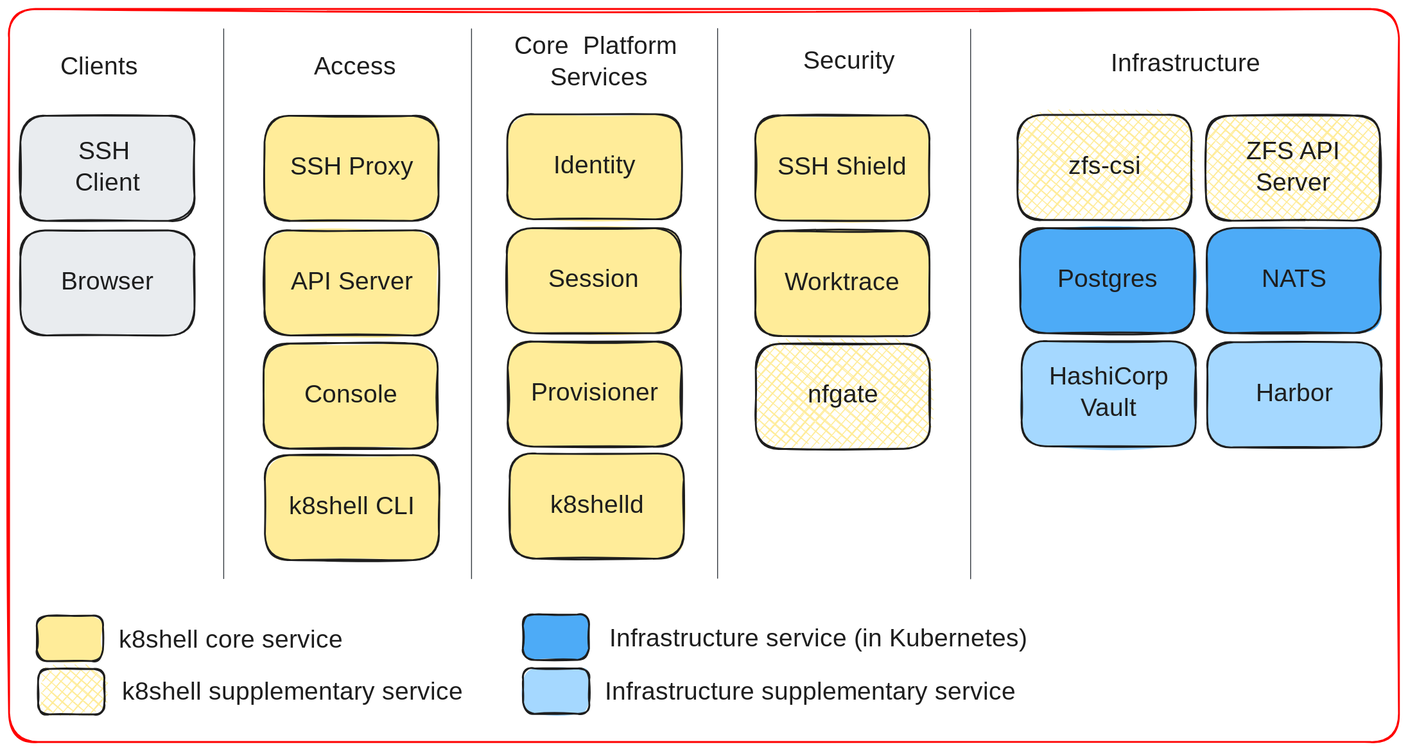
This is drawings/k8shell-architecture.excalidraw.svg from k8shell-io/docs, a Excalidraw export, as it was before one commit. Source tidied: one line per element, renumbered; positions are measured from the earlier drawing's top-left corner, leaving out a move shared by most shapes.
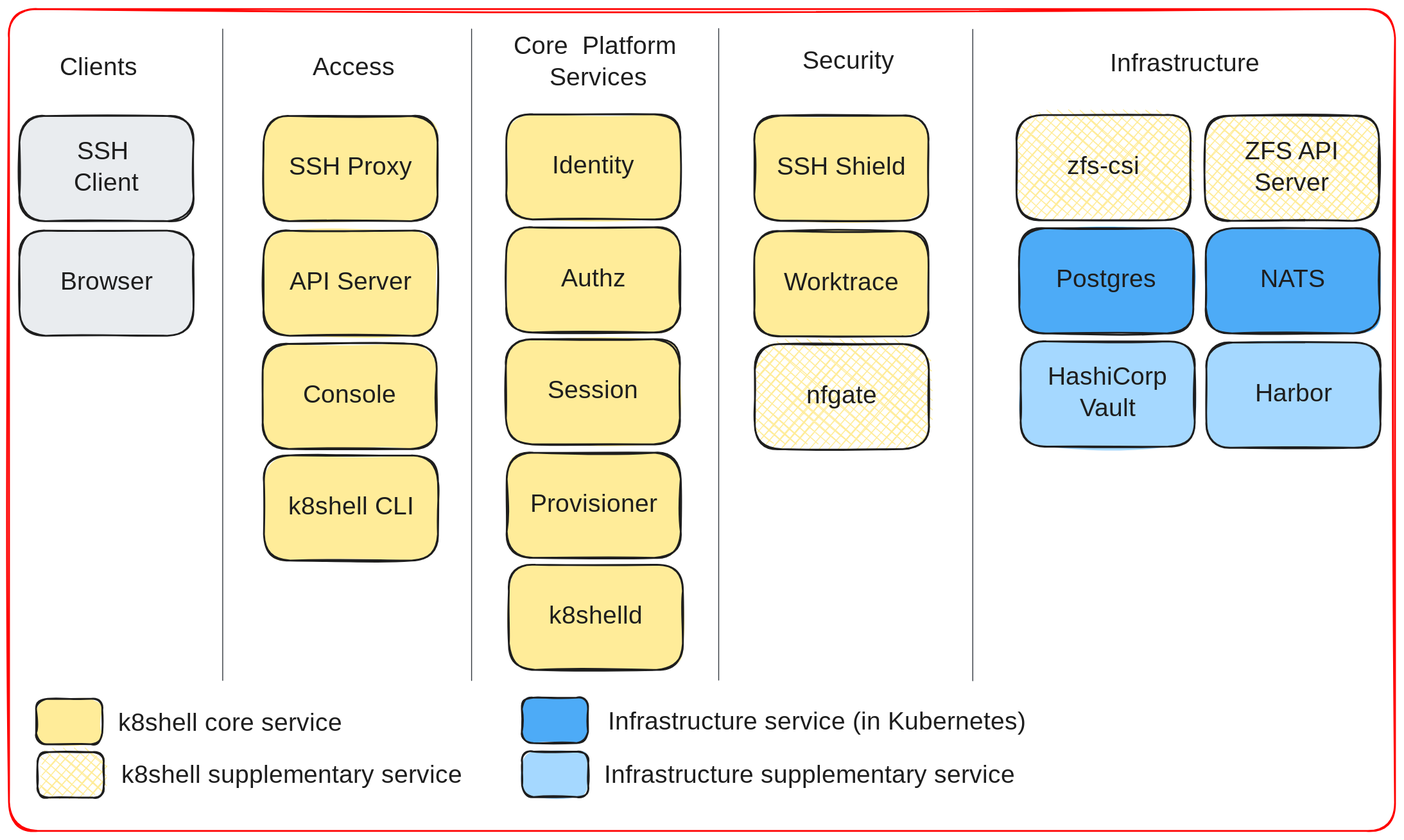
The same diagram one commit later.

Diff of the diagram source:
```diff
@@ -4,10 +4,10 @@
 {"id": 3, "type": "text", "text": "Identity", "strokeColor": "#1e1e1e", "strokeWidth": 2, "roughness": 1, "fontSize": 28, "fontFamily": 5, "textAlign": "center", "verticalAlign": "middle", "inside": 2, "x": 594, "y": 158, "width": 115, "height": 35}
 {"id": 4, "type": "rectangle", "strokeColor": "#1e1e1e", "backgroundColor": "#ffec99", "fillStyle": "solid", "strokeWidth": 2, "roughness": 1, "round": true, "x": 284, "y": 246, "width": 194, "height": 117}
 {"id": 5, "type": "text", "text": "API Server", "strokeColor": "#1e1e1e", "strokeWidth": 2, "roughness": 1, "fontSize": 28, "fontFamily": 5, "textAlign": "center", "verticalAlign": "middle", "inside": 4, "x": 306, "y": 287, "width": 150, "height": 35}
-{"id": 6, "type": "rectangle", "strokeColor": "#1e1e1e", "backgroundColor": "#ffec99", "fillStyle": "solid", "strokeWidth": 2, "roughness": 1, "round": true, "x": 555, "y": 370, "width": 194, "height": 117}
+{"id": 6, "type": "rectangle", "strokeColor": "#1e1e1e", "backgroundColor": "#ffec99", "fillStyle": "solid", "strokeWidth": 2, "roughness": 1, "round": true, "x": 555, "y": 493, "width": 194, "height": 117}
-{"id": 7, "type": "text", "text": "Provisioner", "strokeColor": "#1e1e1e", "strokeWidth": 2, "roughness": 1, "fontSize": 28, "fontFamily": 5, "textAlign": "center", "verticalAlign": "middle", "inside": 6, "x": 577, "y": 411, "width": 150, "height": 35}
+{"id": 7, "type": "text", "text": "Provisioner", "strokeColor": "#1e1e1e", "strokeWidth": 2, "roughness": 1, "fontSize": 28, "fontFamily": 5, "textAlign": "center", "verticalAlign": "middle", "inside": 6, "x": 577, "y": 534, "width": 150, "height": 35}
-{"id": 8, "type": "rectangle", "strokeColor": "#1e1e1e", "backgroundColor": "#ffec99", "fillStyle": "solid", "strokeWidth": 2, "roughness": 1, "round": true, "x": 554, "y": 244, "width": 194, "height": 117}
+{"id": 8, "type": "rectangle", "strokeColor": "#1e1e1e", "backgroundColor": "#ffec99", "fillStyle": "solid", "strokeWidth": 2, "roughness": 1, "round": true, "x": 554, "y": 367, "width": 194, "height": 117}
-{"id": 9, "type": "text", "text": "Session", "strokeColor": "#1e1e1e", "strokeWidth": 2, "roughness": 1, "fontSize": 28, "fontFamily": 5, "textAlign": "center", "verticalAlign": "middle", "inside": 8, "x": 600, "y": 285, "width": 101, "height": 35}
+{"id": 9, "type": "text", "text": "Session", "strokeColor": "#1e1e1e", "strokeWidth": 2, "roughness": 1, "fontSize": 28, "fontFamily": 5, "textAlign": "center", "verticalAlign": "middle", "inside": 8, "x": 600, "y": 408, "width": 101, "height": 35}
 {"id": 10, "type": "rectangle", "strokeColor": "#1e1e1e", "backgroundColor": "#ffec99", "fillStyle": "cross-hatch", "strokeWidth": 2, "roughness": 1, "round": true, "x": 1122, "y": 118, "width": 194, "height": 117}
 {"id": 11, "type": "text", "text": "zfs-csi", "strokeColor": "#1e1e1e", "strokeWidth": 2, "roughness": 1, "fontSize": 28, "fontFamily": 5, "textAlign": "center", "verticalAlign": "middle", "inside": 10, "x": 1172, "y": 159, "width": 93, "height": 35}
 {"id": 12, "type": "rectangle", "strokeColor": "#1e1e1e", "backgroundColor": "#ffec99", "fillStyle": "cross-hatch", "strokeWidth": 2, "roughness": 1, "round": true, "x": 1332, "y": 119, "width": 194, "height": 117}
@@ -30,27 +30,29 @@
 {"id": 29, "type": "text", "text": "Access", "strokeColor": "#1e1e1e", "backgroundColor": "#ffec99", "fillStyle": "solid", "strokeWidth": 2, "roughness": 1, "fontSize": 28, "fontFamily": 5, "textAlign": "center", "x": 338, "y": 49, "width": 93, "height": 35}
 {"id": 30, "type": "text", "text": "Core  Platform \nServices", "strokeColor": "#1e1e1e", "backgroundColor": "#ffec99", "fillStyle": "solid", "strokeWidth": 2, "roughness": 1, "fontSize": 28, "fontFamily": 5, "textAlign": "center", "x": 550, "y": 25, "width": 212, "height": 70}
 {"id": 31, "type": "text", "text": "Infrastructure", "strokeColor": "#1e1e1e", "backgroundColor": "#ffec99", "fillStyle": "solid", "strokeWidth": 2, "roughness": 1, "fontSize": 28, "fontFamily": 5, "textAlign": "center", "x": 1209, "y": 44, "width": 199, "height": 35}
-{"id": 32, "type": "line", "strokeColor": "#343a40", "backgroundColor": "#ffec99", "fillStyle": "solid", "strokeWidth": 1, "roughness": 0, "round": true, "x": 514, "y": 22, "width": 0, "height": 612, "points": [[0, 0], [0, 612]]}
+{"id": 32, "type": "line", "strokeColor": "#343a40", "backgroundColor": "#ffec99", "fillStyle": "solid", "strokeWidth": 1, "roughness": 0, "round": true, "x": 516, "y": 22, "width": 0, "height": 725, "points": [[0, 0], [0, 725]]}
 {"id": 33, "type": "rectangle", "strokeColor": "#1e1e1e", "backgroundColor": "#ffec99", "fillStyle": "solid", "strokeWidth": 2, "roughness": 1, "round": true, "x": 830, "y": 247, "width": 194, "height": 117}
 {"id": 34, "type": "text", "text": "Worktrace", "strokeColor": "#1e1e1e", "strokeWidth": 2, "roughness": 1, "fontSize": 28, "fontFamily": 5, "textAlign": "center", "verticalAlign": "middle", "inside": 33, "x": 859, "y": 288, "width": 136, "height": 35}
 {"id": 35, "type": "text", "text": "Security", "strokeColor": "#1e1e1e", "backgroundColor": "#ffec99", "fillStyle": "solid", "strokeWidth": 2, "roughness": 1, "fontSize": 28, "fontFamily": 5, "textAlign": "center", "x": 879, "y": 42, "width": 111, "height": 35}
-{"id": 36, "type": "line", "strokeColor": "#343a40", "backgroundColor": "#ffec99", "fillStyle": "solid", "strokeWidth": 1, "roughness": 0, "round": true, "x": 239, "y": 22, "width": 0, "height": 612, "points": [[0, 0], [0, 612]]}
+{"id": 36, "type": "line", "strokeColor": "#343a40", "backgroundColor": "#ffec99", "fillStyle": "solid", "strokeWidth": 1, "roughness": 0, "round": true, "x": 239, "y": 22, "width": 0, "height": 725, "points": [[0, 0], [0, 725]]}
-{"id": 37, "type": "line", "strokeColor": "#343a40", "backgroundColor": "#ffec99", "fillStyle": "solid", "strokeWidth": 1, "roughness": 0, "round": true, "x": 788, "y": 22, "width": 0, "height": 612, "points": [[0, 0], [0, 612]]}
+{"id": 37, "type": "line", "strokeColor": "#343a40", "backgroundColor": "#ffec99", "fillStyle": "solid", "strokeWidth": 1, "roughness": 0, "round": true, "x": 791, "y": 22, "width": 0, "height": 725, "points": [[0, 0], [0, 725]]}
-{"id": 38, "type": "line", "strokeColor": "#343a40", "backgroundColor": "#ffec99", "fillStyle": "solid", "strokeWidth": 1, "roughness": 0, "round": true, "x": 1070, "y": 22, "width": 0, "height": 612, "points": [[0, 0], [0, 612]]}
+{"id": 38, "type": "line", "strokeColor": "#343a40", "backgroundColor": "#ffec99", "fillStyle": "solid", "strokeWidth": 1, "roughness": 0, "round": true, "x": 1073, "y": 23, "width": 0, "height": 725, "points": [[0, 0], [0, 725]]}
-{"id": 39, "type": "rectangle", "strokeColor": "#ff0000", "strokeWidth": 2, "roughness": 1, "round": true, "x": 0, "y": 0, "width": 1546, "height": 816}
+{"id": 39, "type": "rectangle", "strokeColor": "#ff0000", "strokeWidth": 2, "roughness": 1, "round": true, "x": 1, "y": 0, "width": 1542, "height": 914}
-{"id": 40, "type": "rectangle", "strokeColor": "#1e1e1e", "backgroundColor": "#ffec99", "fillStyle": "solid", "strokeWidth": 2, "roughness": 1, "round": true, "x": 557, "y": 495, "width": 194, "height": 117}
+{"id": 40, "type": "rectangle", "strokeColor": "#1e1e1e", "backgroundColor": "#ffec99", "fillStyle": "solid", "strokeWidth": 2, "roughness": 1, "round": true, "x": 557, "y": 618, "width": 194, "height": 117}
-{"id": 41, "type": "text", "text": "k8shelld", "strokeColor": "#1e1e1e", "strokeWidth": 2, "roughness": 1, "fontSize": 28, "fontFamily": 5, "textAlign": "center", "verticalAlign": "middle", "inside": 40, "x": 600, "y": 536, "width": 108, "height": 35}
+{"id": 41, "type": "text", "text": "k8shelld", "strokeColor": "#1e1e1e", "strokeWidth": 2, "roughness": 1, "fontSize": 28, "fontFamily": 5, "textAlign": "center", "verticalAlign": "middle", "inside": 40, "x": 600, "y": 659, "width": 108, "height": 35}
 {"id": 42, "type": "rectangle", "strokeColor": "#1e1e1e", "backgroundColor": "#a5d8ff", "fillStyle": "solid", "strokeWidth": 2, "roughness": 1, "round": true, "x": 1333, "y": 371, "width": 194, "height": 117}
 {"id": 43, "type": "text", "text": "Harbor", "strokeColor": "#1e1e1e", "strokeWidth": 2, "roughness": 1, "fontSize": 28, "fontFamily": 5, "textAlign": "center", "verticalAlign": "middle", "inside": 42, "x": 1386, "y": 412, "width": 88, "height": 35}
 {"id": 44, "type": "rectangle", "strokeColor": "#1e1e1e", "backgroundColor": "#a5d8ff", "fillStyle": "solid", "strokeWidth": 2, "roughness": 1, "round": true, "x": 1127, "y": 370, "width": 194, "height": 117}
 {"id": 45, "type": "text", "text": "HashiCorp\nVault", "strokeColor": "#1e1e1e", "strokeWidth": 2, "roughness": 1, "fontSize": 28, "fontFamily": 5, "textAlign": "center", "verticalAlign": "middle", "inside": 44, "x": 1158, "y": 393, "width": 131, "height": 70}
-{"id": 46, "type": "rectangle", "strokeColor": "#1e1e1e", "backgroundColor": "#ffec99", "fillStyle": "solid", "strokeWidth": 2, "roughness": 1, "round": true, "x": 31, "y": 675, "width": 74, "height": 51}
+{"id": 46, "type": "rectangle", "strokeColor": "#1e1e1e", "backgroundColor": "#ffec99", "fillStyle": "solid", "strokeWidth": 2, "roughness": 1, "round": true, "x": 31, "y": 767, "width": 74, "height": 51}
-{"id": 47, "type": "text", "text": "k8shell core service", "strokeColor": "#1e1e1e", "backgroundColor": "#ffec99", "fillStyle": "solid", "strokeWidth": 2, "roughness": 1, "fontSize": 28, "fontFamily": 5, "x": 122, "y": 686, "width": 263, "height": 35}
+{"id": 47, "type": "text", "text": "k8shell core service", "strokeColor": "#1e1e1e", "backgroundColor": "#ffec99", "fillStyle": "solid", "strokeWidth": 2, "roughness": 1, "fontSize": 28, "fontFamily": 5, "x": 122, "y": 778, "width": 263, "height": 35}
-{"id": 48, "type": "rectangle", "strokeColor": "#1e1e1e", "backgroundColor": "#ffec99", "fillStyle": "cross-hatch", "strokeWidth": 2, "roughness": 1, "round": true, "x": 32, "y": 734, "width": 74, "height": 51}
+{"id": 48, "type": "rectangle", "strokeColor": "#1e1e1e", "backgroundColor": "#ffec99", "fillStyle": "cross-hatch", "strokeWidth": 2, "roughness": 1, "round": true, "x": 33, "y": 826, "width": 74, "height": 51}
-{"id": 49, "type": "text", "text": "k8shell supplementary service", "strokeColor": "#1e1e1e", "backgroundColor": "#ffec99", "fillStyle": "solid", "strokeWidth": 2, "roughness": 1, "fontSize": 28, "fontFamily": 5, "x": 125, "y": 744, "width": 395, "height": 35}
+{"id": 49, "type": "text", "text": "k8shell supplementary service", "strokeColor": "#1e1e1e", "backgroundColor": "#ffec99", "fillStyle": "solid", "strokeWidth": 2, "roughness": 1, "fontSize": 28, "fontFamily": 5, "x": 126, "y": 836, "width": 395, "height": 35}
-{"id": 50, "type": "rectangle", "strokeColor": "#1e1e1e", "backgroundColor": "#4dabf7", "fillStyle": "solid", "strokeWidth": 2, "roughness": 1, "round": true, "x": 572, "y": 674, "width": 74, "height": 51}
+{"id": 50, "type": "rectangle", "strokeColor": "#1e1e1e", "backgroundColor": "#4dabf7", "fillStyle": "solid", "strokeWidth": 2, "roughness": 1, "round": true, "x": 572, "y": 766, "width": 74, "height": 51}
-{"id": 51, "type": "text", "text": "Infrastructure service (in Kubernetes)", "strokeColor": "#1e1e1e", "backgroundColor": "#ffec99", "fillStyle": "solid", "strokeWidth": 2, "roughness": 1, "fontSize": 28, "fontFamily": 5, "x": 668, "y": 685, "width": 519, "height": 35}
+{"id": 51, "type": "text", "text": "Infrastructure service (in Kubernetes)", "strokeColor": "#1e1e1e", "backgroundColor": "#ffec99", "fillStyle": "solid", "strokeWidth": 2, "roughness": 1, "fontSize": 28, "fontFamily": 5, "x": 668, "y": 777, "width": 519, "height": 35}
-{"id": 52, "type": "rectangle", "strokeColor": "#1e1e1e", "backgroundColor": "#a5d8ff", "fillStyle": "solid", "strokeWidth": 2, "roughness": 1, "round": true, "x": 572, "y": 734, "width": 74, "height": 51}
+{"id": 52, "type": "rectangle", "strokeColor": "#1e1e1e", "backgroundColor": "#a5d8ff", "fillStyle": "solid", "strokeWidth": 2, "roughness": 1, "round": true, "x": 572, "y": 826, "width": 74, "height": 51}
-{"id": 53, "type": "text", "text": "Infrastructure supplementary service ", "strokeColor": "#1e1e1e", "backgroundColor": "#ffec99", "fillStyle": "solid", "strokeWidth": 2, "roughness": 1, "fontSize": 28, "fontFamily": 5, "x": 663, "y": 744, "width": 513, "height": 35}
+{"id": 53, "type": "text", "text": "Infrastructure supplementary service ", "strokeColor": "#1e1e1e", "backgroundColor": "#ffec99", "fillStyle": "solid", "strokeWidth": 2, "roughness": 1, "fontSize": 28, "fontFamily": 5, "x": 663, "y": 836, "width": 513, "height": 35}
 {"id": 54, "type": "rectangle", "strokeColor": "#1e1e1e", "backgroundColor": "#ffec99", "fillStyle": "cross-hatch", "strokeWidth": 2, "roughness": 1, "round": true, "x": 831, "y": 373, "width": 194, "height": 117}
 {"id": 55, "type": "text", "text": "nfgate", "strokeColor": "#1e1e1e", "strokeWidth": 2, "roughness": 1, "fontSize": 28, "fontFamily": 5, "textAlign": "center", "verticalAlign": "middle", "inside": 54, "x": 882, "y": 413, "width": 91, "height": 35}
+{"id": 56, "type": "rectangle", "strokeColor": "#1e1e1e", "backgroundColor": "#ffec99", "fillStyle": "solid", "strokeWidth": 2, "roughness": 1, "round": true, "x": 554, "y": 243, "width": 194, "height": 117}
+{"id": 57, "type": "text", "text": "Authz", "strokeColor": "#1e1e1e", "strokeWidth": 2, "roughness": 1, "fontSize": 28, "fontFamily": 5, "textAlign": "center", "verticalAlign": "middle", "inside": 56, "x": 610, "y": 284, "width": 82, "height": 35}
```
